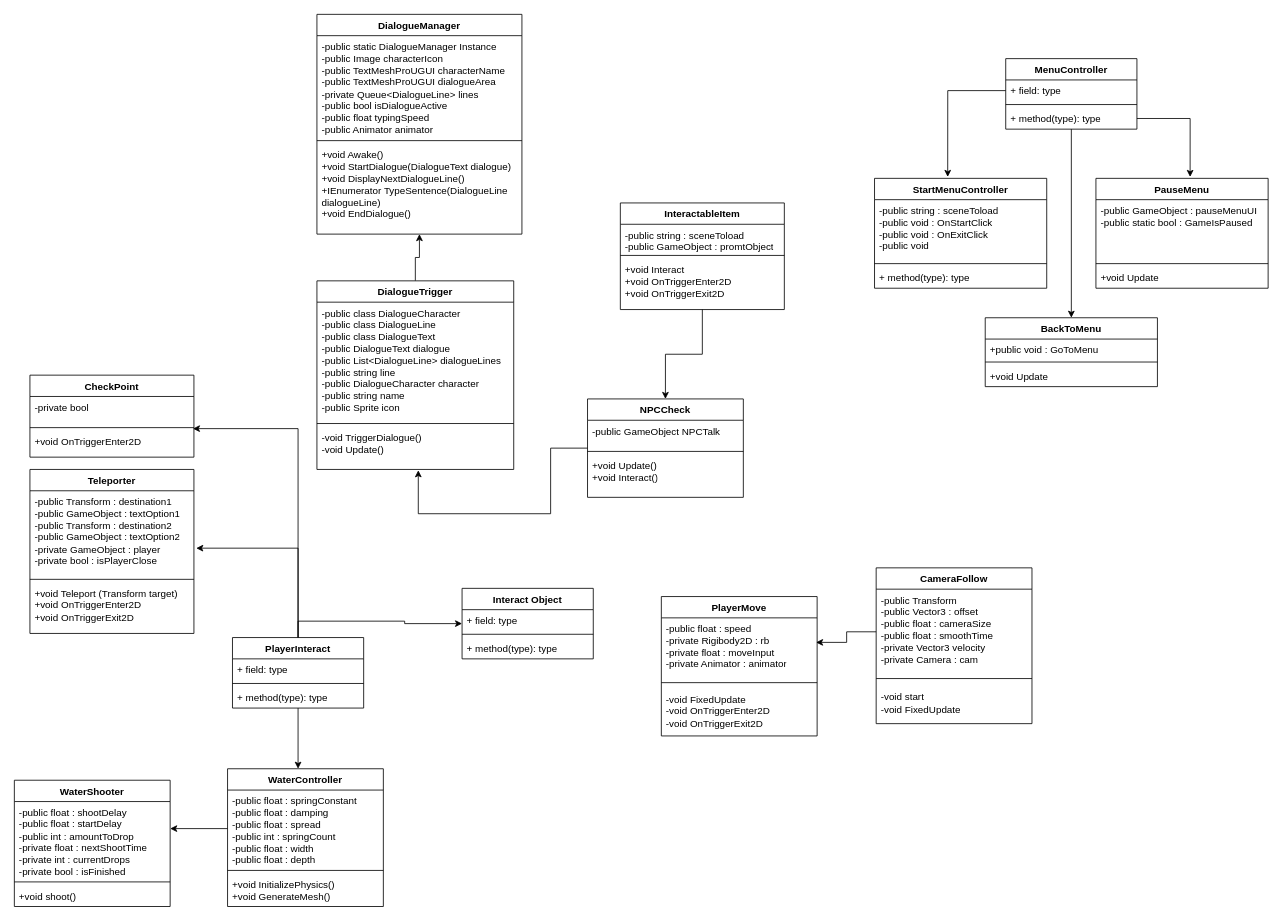
Above: skibidi Diagram.drawio in Blindman2233/ForDiagram (draw.io), before the change. Source tidied: cells renumbered, new cells numbered last; positions are measured from the earlier drawing's top-left corner, leaving out a move shared by most shapes. Both pictures are drawn from the tidied source at 82%, with x=0, y=0 at pixel (14, 14).
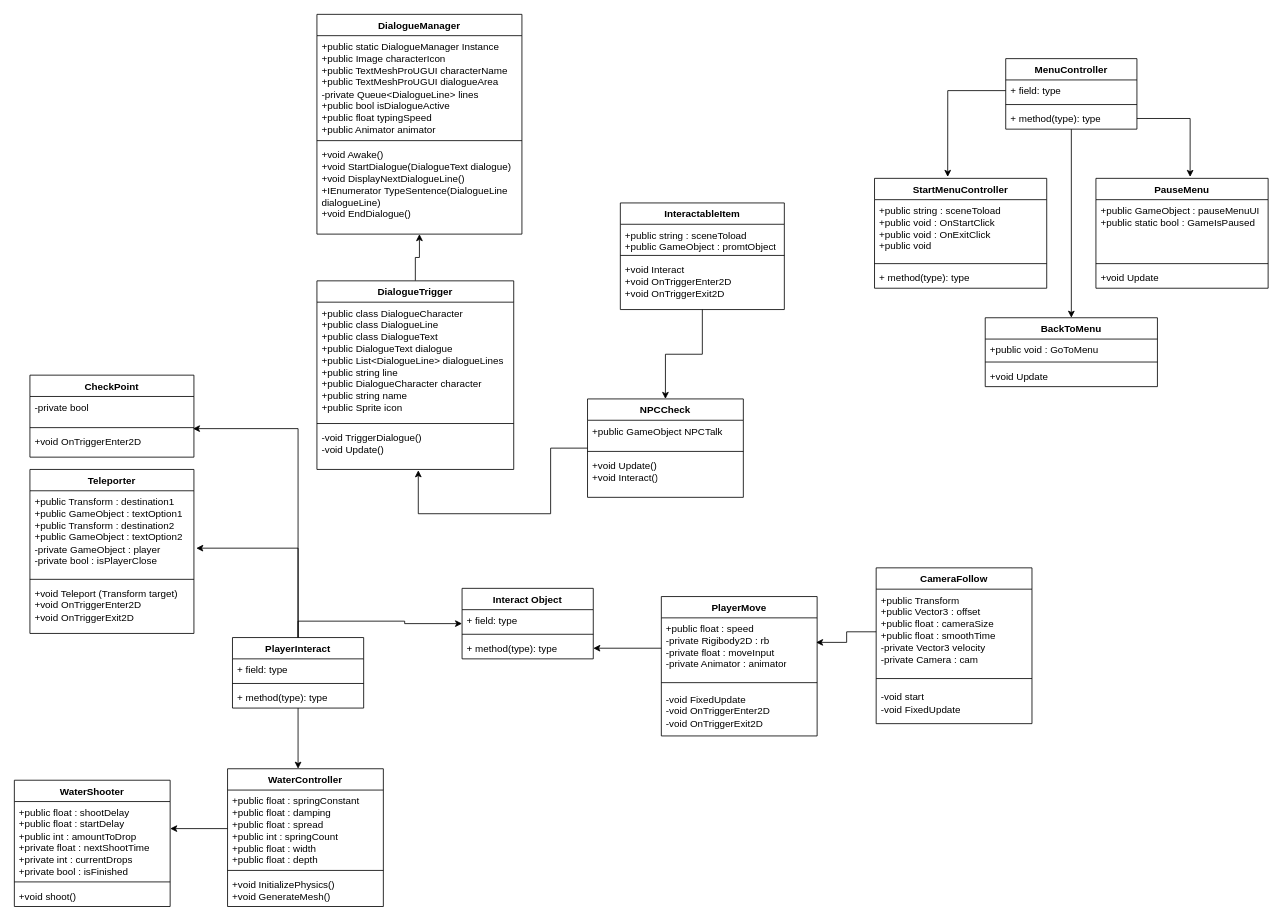
Above is the later version.

Unchanged cells that the change refers to:
```xml
<mxCell id="2" value="WaterShooter" style="swimlane;fontStyle=1;align=center;verticalAlign=top;horizontal=1;startSize=26;whiteSpace=wrap;html=1;" parent="1" vertex="1">
  <mxGeometry y="934" width="190" height="154" as="geometry" />
</mxCell>
<mxCell id="15" value="+ method(type): type" style="text;strokeColor=none;fillColor=none;align=left;verticalAlign=top;spacingLeft=4;spacingRight=4;overflow=hidden;points=[[0,0.5],[1,0.5]];portConstraint=eastwest;whiteSpace=wrap;html=1;" parent="12" vertex="1">
  <mxGeometry y="60" width="160" height="26" as="geometry" />
</mxCell>
<mxCell id="16" value="DialogueManager" style="swimlane;fontStyle=1;align=center;verticalAlign=top;horizontal=1;startSize=26;whiteSpace=wrap;html=1;" parent="1" vertex="1">
  <mxGeometry x="369" width="250" height="268" as="geometry" />
</mxCell>
<mxCell id="20" value="WaterController" style="swimlane;fontStyle=1;align=center;verticalAlign=top;horizontal=1;startSize=26;whiteSpace=wrap;html=1;" parent="1" vertex="1">
  <mxGeometry x="260" y="920" width="190" height="168" as="geometry" />
</mxCell>
<mxCell id="26" value="DialogueTrigger&lt;div&gt;&lt;br&gt;&lt;/div&gt;" style="swimlane;fontStyle=1;align=center;verticalAlign=top;horizontal=1;startSize=26;whiteSpace=wrap;html=1;" parent="1" vertex="1">
  <mxGeometry x="369" y="325" width="240" height="230" as="geometry" />
</mxCell>
<mxCell id="30" value="PlayerMove" style="swimlane;fontStyle=1;align=center;verticalAlign=top;horizontal=1;startSize=26;whiteSpace=wrap;html=1;" parent="1" vertex="1">
  <mxGeometry x="789" y="710" width="190" height="170" as="geometry" />
</mxCell>
<mxCell id="34" value="Teleporter" style="swimlane;fontStyle=1;align=center;verticalAlign=top;horizontal=1;startSize=26;whiteSpace=wrap;html=1;" parent="1" vertex="1">
  <mxGeometry x="19" y="555" width="200" height="200" as="geometry" />
</mxCell>
<mxCell id="43" value="InteractableItem" style="swimlane;fontStyle=1;align=center;verticalAlign=top;horizontal=1;startSize=26;whiteSpace=wrap;html=1;" parent="1" vertex="1">
  <mxGeometry x="739" y="230" width="200" height="130" as="geometry" />
</mxCell>
<mxCell id="47" value="CameraFollow" style="swimlane;fontStyle=1;align=center;verticalAlign=top;horizontal=1;startSize=26;whiteSpace=wrap;html=1;" parent="1" vertex="1">
  <mxGeometry x="1051" y="675" width="190" height="190" as="geometry" />
</mxCell>
<mxCell id="56" value="StartMenuController" style="swimlane;fontStyle=1;align=center;verticalAlign=top;horizontal=1;startSize=26;whiteSpace=wrap;html=1;" parent="1" vertex="1">
  <mxGeometry x="1049" y="200" width="210" height="134" as="geometry" />
</mxCell>
<mxCell id="60" value="PauseMenu" style="swimlane;fontStyle=1;align=center;verticalAlign=top;horizontal=1;startSize=26;whiteSpace=wrap;html=1;" parent="1" vertex="1">
  <mxGeometry x="1319" y="200" width="210" height="134" as="geometry" />
</mxCell>
<mxCell id="70" value="NPCCheck" style="swimlane;fontStyle=1;align=center;verticalAlign=top;horizontal=1;startSize=26;whiteSpace=wrap;html=1;" parent="1" vertex="1">
  <mxGeometry x="699" y="469" width="190" height="120" as="geometry" />
</mxCell>
```

The edit, as a diff of the source:
```diff
@@
-    <mxCell id="3" value="-public float : shootDelay&lt;div&gt;-public float : startDelay&lt;/div&gt;&lt;div&gt;-public int : amountToDrop&lt;/div&gt;&lt;div&gt;-private float : nextShootTime&lt;/div&gt;&lt;div&gt;-private int : currentDrops&lt;/div&gt;&lt;div&gt;-private bool : isFinished&lt;/div&gt;" style="text;strokeColor=none;fillColor=none;align=left;verticalAlign=top;spacingLeft=4;spacingRight=4;overflow=hidden;points=[[0,0.5],[1,0.5]];portConstraint=eastwest;whiteSpace=wrap;html=1;" parent="2" vertex="1">
+    <mxCell id="3" value="+public float : shootDelay&lt;div&gt;+public float : startDelay&lt;/div&gt;&lt;div&gt;+public int : amountToDrop&lt;/div&gt;&lt;div&gt;+private float : nextShootTime&lt;/div&gt;&lt;div&gt;+private int : currentDrops&lt;/div&gt;&lt;div&gt;+private bool : isFinished&lt;/div&gt;" style="text;strokeColor=none;fillColor=none;align=left;verticalAlign=top;spacingLeft=4;spacingRight=4;overflow=hidden;points=[[0,0.5],[1,0.5]];portConstraint=eastwest;whiteSpace=wrap;html=1;" parent="2" vertex="1">
       <mxGeometry y="26" width="190" height="94" as="geometry" />
     </mxCell>
@@
-    <mxCell id="17" value="&lt;div&gt;-public static DialogueManager Instance&lt;/div&gt;&lt;div&gt;&lt;span style=&quot;background-color: transparent; color: light-dark(rgb(0, 0, 0), rgb(255, 255, 255));&quot;&gt;-public Image characterIcon&lt;/span&gt;&lt;/div&gt;&lt;div&gt;-public TextMeshProUGUI characterName&lt;/div&gt;&lt;div&gt;-public TextMeshProUGUI dialogueArea&lt;/div&gt;&lt;div&gt;&lt;span style=&quot;background-color: transparent; color: light-dark(rgb(0, 0, 0), rgb(255, 255, 255));&quot;&gt;-private Queue&amp;lt;DialogueLine&amp;gt; lines&lt;/span&gt;&lt;/div&gt;&lt;div&gt;-public bool isDialogueActive&lt;/div&gt;&lt;div&gt;&lt;span style=&quot;background-color: transparent; color: light-dark(rgb(0, 0, 0), rgb(255, 255, 255));&quot;&gt;-public float typingSpeed&lt;/span&gt;&lt;/div&gt;&lt;div&gt;&lt;span style=&quot;background-color: transparent; color: light-dark(rgb(0, 0, 0), rgb(255, 255, 255));&quot;&gt;-public Animator animator&lt;/span&gt;&lt;/div&gt;" style="text;strokeColor=none;fillColor=none;align=left;verticalAlign=top;spacingLeft=4;spacingRight=4;overflow=hidden;whiteSpace=wrap;html=1;" parent="16" vertex="1">
+    <mxCell id="17" value="&lt;div&gt;+public static DialogueManager Instance&lt;/div&gt;&lt;div&gt;&lt;span style=&quot;background-color: transparent; color: light-dark(rgb(0, 0, 0), rgb(255, 255, 255));&quot;&gt;+public Image characterIcon&lt;/span&gt;&lt;/div&gt;&lt;div&gt;+public TextMeshProUGUI characterName&lt;/div&gt;&lt;div&gt;+public TextMeshProUGUI dialogueArea&lt;/div&gt;&lt;div&gt;&lt;span style=&quot;background-color: transparent; color: light-dark(rgb(0, 0, 0), rgb(255, 255, 255));&quot;&gt;-private Queue&amp;lt;DialogueLine&amp;gt; lines&lt;/span&gt;&lt;/div&gt;&lt;div&gt;+public bool isDialogueActive&lt;/div&gt;&lt;div&gt;&lt;span style=&quot;background-color: transparent; color: light-dark(rgb(0, 0, 0), rgb(255, 255, 255));&quot;&gt;+public float typingSpeed&lt;/span&gt;&lt;/div&gt;&lt;div&gt;&lt;span style=&quot;background-color: transparent; color: light-dark(rgb(0, 0, 0), rgb(255, 255, 255));&quot;&gt;+public Animator animator&lt;/span&gt;&lt;/div&gt;" style="text;strokeColor=none;fillColor=none;align=left;verticalAlign=top;spacingLeft=4;spacingRight=4;overflow=hidden;whiteSpace=wrap;html=1;" parent="16" vertex="1">
       <mxGeometry y="26" width="250" height="124" as="geometry" />
     </mxCell>
@@
-    <mxCell id="21" value="&lt;div&gt;-public float : springConstant&amp;nbsp;&lt;/div&gt;&lt;div&gt;-public float : damping&amp;nbsp;&lt;/div&gt;&lt;div&gt;-public float : spread&amp;nbsp;&lt;/div&gt;&lt;div&gt;-public int : springCount&amp;nbsp;&lt;/div&gt;&lt;div&gt;-public float : width&amp;nbsp;&lt;/div&gt;&lt;div&gt;-public float : depth&amp;nbsp;&lt;/div&gt;" style="text;strokeColor=none;fillColor=none;align=left;verticalAlign=top;spacingLeft=4;spacingRight=4;overflow=hidden;points=[[0,0.5],[1,0.5]];portConstraint=eastwest;whiteSpace=wrap;html=1;" parent="20" vertex="1">
+    <mxCell id="21" value="&lt;div&gt;+public float : springConstant&amp;nbsp;&lt;/div&gt;&lt;div&gt;+public float : damping&amp;nbsp;&lt;/div&gt;&lt;div&gt;+public float : spread&amp;nbsp;&lt;/div&gt;&lt;div&gt;+public int : springCount&amp;nbsp;&lt;/div&gt;&lt;div&gt;+public float : width&amp;nbsp;&lt;/div&gt;&lt;div&gt;+public float : depth&amp;nbsp;&lt;/div&gt;" style="text;strokeColor=none;fillColor=none;align=left;verticalAlign=top;spacingLeft=4;spacingRight=4;overflow=hidden;points=[[0,0.5],[1,0.5]];portConstraint=eastwest;whiteSpace=wrap;html=1;" parent="20" vertex="1">
       <mxGeometry y="26" width="190" height="94" as="geometry" />
     </mxCell>
@@
-    <mxCell id="27" value="&lt;div&gt;-public class DialogueCharacter&lt;/div&gt;&lt;div&gt;-public class DialogueLine&lt;/div&gt;&lt;div&gt;-public class DialogueText&lt;/div&gt;&lt;div&gt;-public DialogueText dialogue&lt;/div&gt;&lt;div&gt;-public List&amp;lt;DialogueLine&amp;gt; dialogueLines&lt;/div&gt;&lt;div&gt;-public string line&lt;/div&gt;&lt;div&gt;-public DialogueCharacter character&lt;/div&gt;&lt;div&gt;-&lt;span style=&quot;background-color: transparent;&quot;&gt;public string name&lt;/span&gt;&lt;/div&gt;&lt;div&gt;-public Sprite icon&lt;/div&gt;" style="text;strokeColor=none;fillColor=none;align=left;verticalAlign=top;spacingLeft=4;spacingRight=4;overflow=hidden;whiteSpace=wrap;html=1;" parent="26" vertex="1">
+    <mxCell id="27" value="&lt;div&gt;+public class DialogueCharacter&lt;/div&gt;&lt;div&gt;+public class DialogueLine&lt;/div&gt;&lt;div&gt;+public class DialogueText&lt;/div&gt;&lt;div&gt;+public DialogueText dialogue&lt;/div&gt;&lt;div&gt;+public List&amp;lt;DialogueLine&amp;gt; dialogueLines&lt;/div&gt;&lt;div&gt;+public string line&lt;/div&gt;&lt;div&gt;+public DialogueCharacter character&lt;/div&gt;&lt;div&gt;&lt;span style=&quot;background-color: transparent;&quot;&gt;+public string name&lt;/span&gt;&lt;/div&gt;&lt;div&gt;+public Sprite icon&lt;/div&gt;" style="text;strokeColor=none;fillColor=none;align=left;verticalAlign=top;spacingLeft=4;spacingRight=4;overflow=hidden;whiteSpace=wrap;html=1;" parent="26" vertex="1">
       <mxGeometry y="26" width="240" height="144" as="geometry" />
     </mxCell>
@@
-    <mxCell id="31" value="-public float : speed&lt;div&gt;-private Rigibody2D : rb&lt;/div&gt;&lt;div&gt;-private float : moveInput&lt;/div&gt;&lt;div&gt;-private Animator : animator&lt;/div&gt;&lt;div&gt;&lt;br&gt;&lt;/div&gt;" style="text;strokeColor=none;fillColor=none;align=left;verticalAlign=top;spacingLeft=4;spacingRight=4;overflow=hidden;points=[[0,0.5],[1,0.5]];portConstraint=eastwest;whiteSpace=wrap;html=1;" parent="30" vertex="1">
+    <mxCell id="31" value="+public float : speed&lt;div&gt;-private Rigibody2D : rb&lt;/div&gt;&lt;div&gt;-private float : moveInput&lt;/div&gt;&lt;div&gt;-private Animator : animator&lt;/div&gt;&lt;div&gt;&lt;br&gt;&lt;/div&gt;" style="text;strokeColor=none;fillColor=none;align=left;verticalAlign=top;spacingLeft=4;spacingRight=4;overflow=hidden;points=[[0,0.5],[1,0.5]];portConstraint=eastwest;whiteSpace=wrap;html=1;" parent="30" vertex="1">
       <mxGeometry y="26" width="190" height="74" as="geometry" />
     </mxCell>
@@
-    <mxCell id="35" value="&lt;div&gt;-public Transform : destination1&lt;/div&gt;&lt;div&gt;-public GameObject : textOption1&lt;/div&gt;&lt;div&gt;-public Transform : destination2&lt;/div&gt;&lt;div&gt;-public GameObject : textOption2&lt;/div&gt;&lt;div&gt;-private GameObject : player&lt;/div&gt;&lt;div&gt;-private bool : isPlayerClose&amp;nbsp;&lt;/div&gt;" style="text;strokeColor=none;fillColor=none;align=left;verticalAlign=top;spacingLeft=4;spacingRight=4;overflow=hidden;points=[[0,0.5],[1,0.5]];portConstraint=eastwest;whiteSpace=wrap;html=1;" parent="34" vertex="1">
+    <mxCell id="35" value="&lt;div&gt;+public Transform : destination1&lt;/div&gt;&lt;div&gt;+public GameObject : textOption1&lt;/div&gt;&lt;div&gt;+public Transform : destination2&lt;/div&gt;&lt;div&gt;+public GameObject : textOption2&lt;/div&gt;&lt;div&gt;-private GameObject : player&lt;/div&gt;&lt;div&gt;-private bool : isPlayerClose&amp;nbsp;&lt;/div&gt;" style="text;strokeColor=none;fillColor=none;align=left;verticalAlign=top;spacingLeft=4;spacingRight=4;overflow=hidden;points=[[0,0.5],[1,0.5]];portConstraint=eastwest;whiteSpace=wrap;html=1;" parent="34" vertex="1">
       <mxGeometry y="26" width="200" height="104" as="geometry" />
     </mxCell>
@@
-    <mxCell id="44" value="&lt;div&gt;-public string : sceneToload&lt;/div&gt;&lt;div&gt;-public GameObject : promtObject&lt;/div&gt;" style="text;strokeColor=none;fillColor=none;align=left;verticalAlign=top;spacingLeft=4;spacingRight=4;overflow=hidden;whiteSpace=wrap;html=1;" parent="43" vertex="1">
+    <mxCell id="44" value="&lt;div&gt;+public string : sceneToload&lt;/div&gt;&lt;div&gt;+public GameObject : promtObject&lt;/div&gt;" style="text;strokeColor=none;fillColor=none;align=left;verticalAlign=top;spacingLeft=4;spacingRight=4;overflow=hidden;whiteSpace=wrap;html=1;" parent="43" vertex="1">
       <mxGeometry y="26" width="200" height="34" as="geometry" />
     </mxCell>
@@
-    <mxCell id="48" value="-public Transform&lt;div&gt;-public Vector3 : offset&lt;/div&gt;&lt;div&gt;-public float : cameraSize&lt;/div&gt;&lt;div&gt;-public float : smoothTime&lt;/div&gt;&lt;div&gt;-private Vector3 velocity&lt;/div&gt;&lt;div&gt;-private Camera : cam&lt;/div&gt;" style="text;strokeColor=none;fillColor=none;align=left;verticalAlign=top;spacingLeft=4;spacingRight=4;overflow=hidden;points=[[0,0.5],[1,0.5]];portConstraint=eastwest;whiteSpace=wrap;html=1;" parent="47" vertex="1">
+    <mxCell id="48" value="+public Transform&lt;div&gt;+public Vector3 : offset&lt;/div&gt;&lt;div&gt;+public float : cameraSize&lt;/div&gt;&lt;div&gt;+public float : smoothTime&lt;/div&gt;&lt;div&gt;-private Vector3 velocity&lt;/div&gt;&lt;div&gt;-private Camera : cam&lt;/div&gt;" style="text;strokeColor=none;fillColor=none;align=left;verticalAlign=top;spacingLeft=4;spacingRight=4;overflow=hidden;points=[[0,0.5],[1,0.5]];portConstraint=eastwest;whiteSpace=wrap;html=1;" parent="47" vertex="1">
       <mxGeometry y="26" width="190" height="104" as="geometry" />
     </mxCell>
@@
-    <mxCell id="57" value="-public string : sceneToload&lt;div&gt;-public void : OnStartClick&lt;/div&gt;&lt;div&gt;-public void : OnExitClick&lt;/div&gt;&lt;div&gt;-public void&amp;nbsp;&lt;/div&gt;" style="text;strokeColor=none;fillColor=none;align=left;verticalAlign=top;spacingLeft=4;spacingRight=4;overflow=hidden;whiteSpace=wrap;html=1;" parent="56" vertex="1">
+    <mxCell id="57" value="+public string : sceneToload&lt;div&gt;+public void : OnStartClick&lt;/div&gt;&lt;div&gt;+public void : OnExitClick&lt;/div&gt;&lt;div&gt;+public void&amp;nbsp;&lt;/div&gt;" style="text;strokeColor=none;fillColor=none;align=left;verticalAlign=top;spacingLeft=4;spacingRight=4;overflow=hidden;whiteSpace=wrap;html=1;" parent="56" vertex="1">
       <mxGeometry y="26" width="210" height="74" as="geometry" />
     </mxCell>
@@
-    <mxCell id="61" value="-public GameObject : pauseMenuUI&lt;div&gt;-public static bool : GameIsPaused&lt;/div&gt;&lt;div&gt;&lt;br&gt;&lt;/div&gt;" style="text;strokeColor=none;fillColor=none;align=left;verticalAlign=top;spacingLeft=4;spacingRight=4;overflow=hidden;whiteSpace=wrap;html=1;" parent="60" vertex="1">
+    <mxCell id="61" value="+public GameObject : pauseMenuUI&lt;div&gt;+public static bool : GameIsPaused&lt;/div&gt;&lt;div&gt;&lt;br&gt;&lt;/div&gt;" style="text;strokeColor=none;fillColor=none;align=left;verticalAlign=top;spacingLeft=4;spacingRight=4;overflow=hidden;whiteSpace=wrap;html=1;" parent="60" vertex="1">
       <mxGeometry y="26" width="210" height="74" as="geometry" />
     </mxCell>
@@
-    <mxCell id="71" value="-public GameObject NPCTalk" style="text;strokeColor=none;fillColor=none;align=left;verticalAlign=top;spacingLeft=4;spacingRight=4;overflow=hidden;whiteSpace=wrap;html=1;" parent="70" vertex="1">
+    <mxCell id="71" value="+public GameObject NPCTalk" style="text;strokeColor=none;fillColor=none;align=left;verticalAlign=top;spacingLeft=4;spacingRight=4;overflow=hidden;whiteSpace=wrap;html=1;" parent="70" vertex="1">
       <mxGeometry y="26" width="190" height="34" as="geometry" />
     </mxCell>
@@
+    <mxCell id="78" style="edgeStyle=orthogonalEdgeStyle;rounded=0;jettySize=auto;html=1;" parent="1" edge="1" source="31" target="15">
+      <mxGeometry relative="1" as="geometry" />
+    </mxCell>
```
